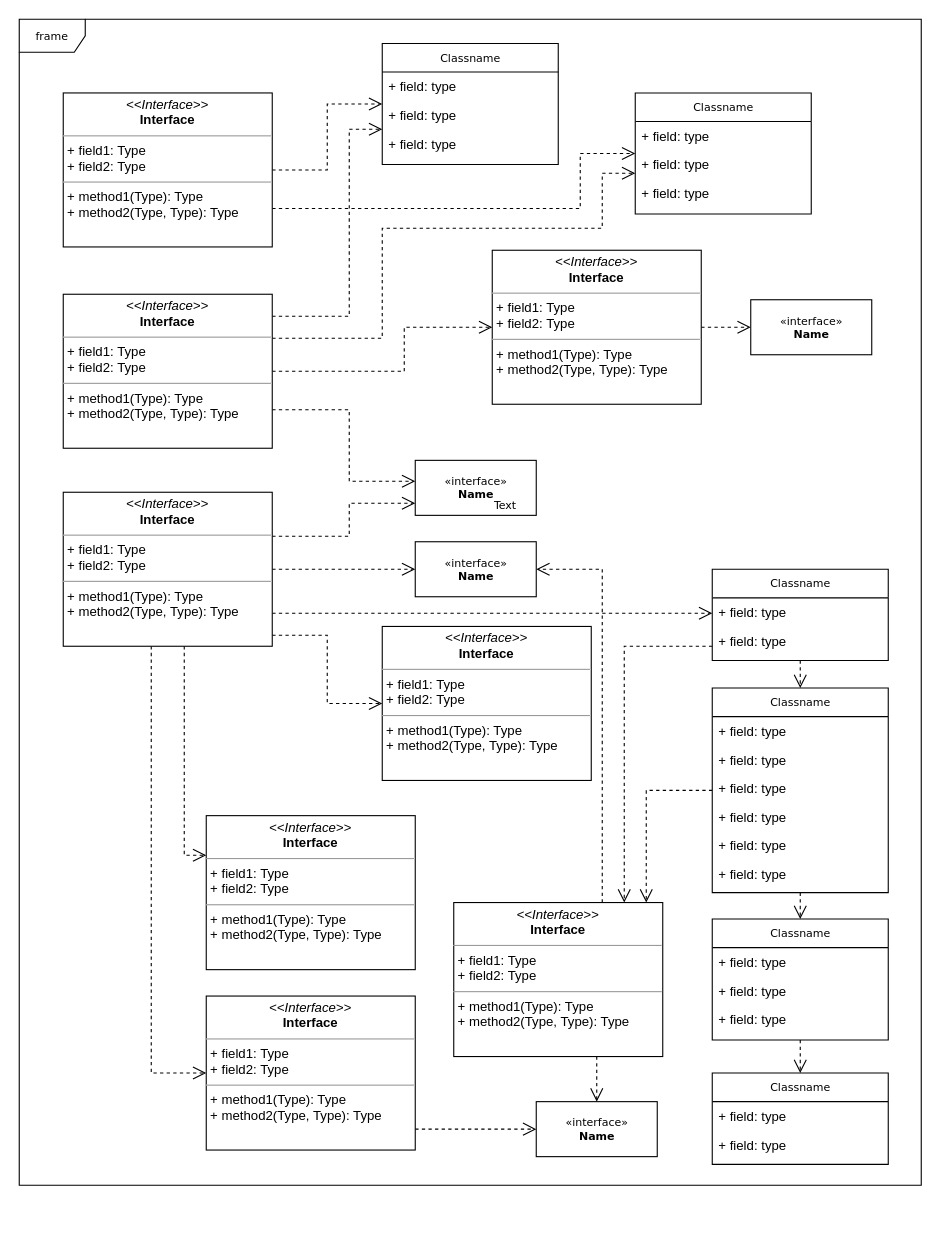
The draw.io diagram worldofzuul/Untitled Diagram.drawio in Bolding22/Gruppe-20-SemesterProjekt, before the edit. Source tidied: cells renumbered, new cells numbered last; positions are measured from the earlier drawing's top-left corner, leaving out a move shared by most shapes. Both pictures are drawn from the tidied source at 110%, with x=0, y=0 at pixel (19, 19).
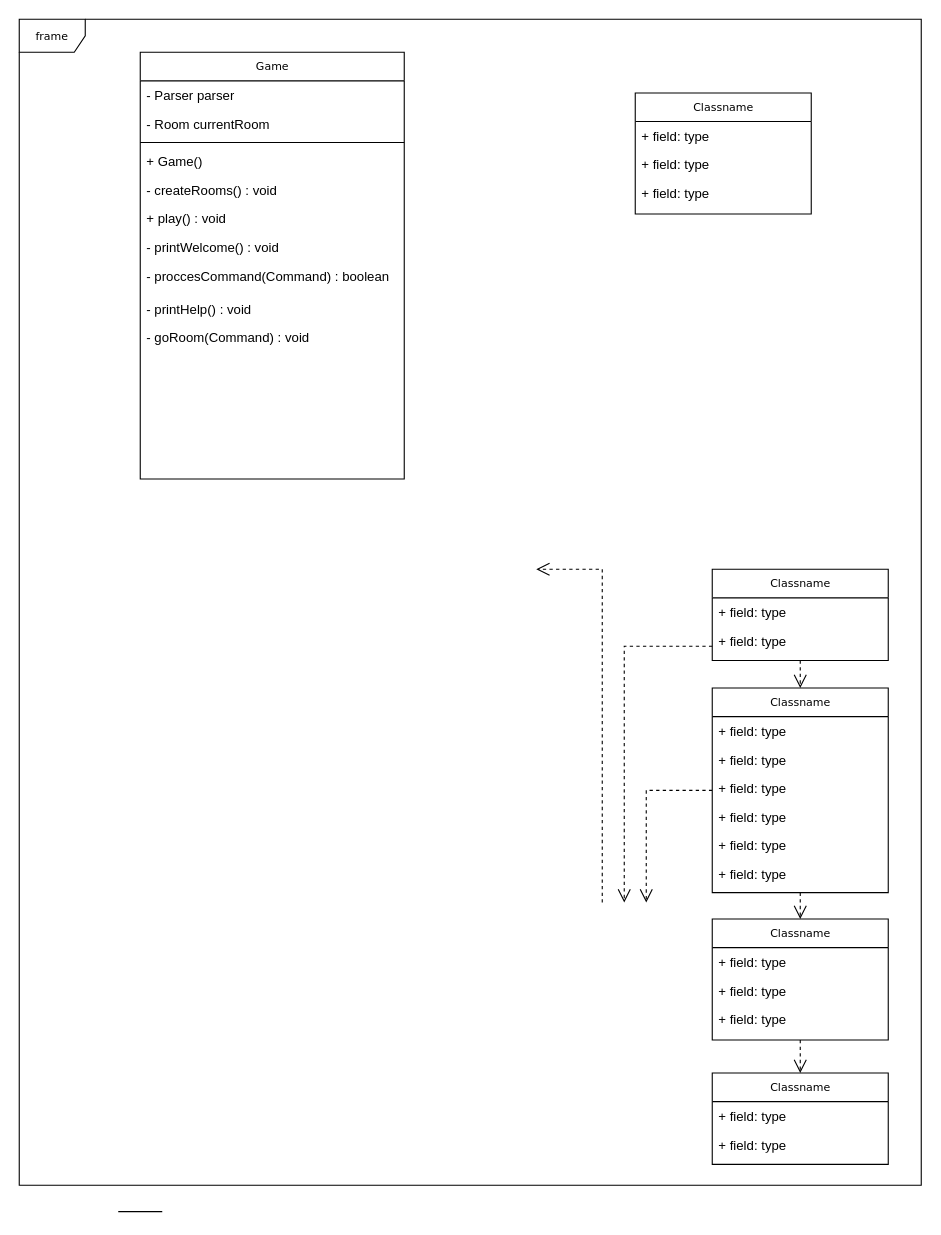
Above is the later version.

Unchanged cells that the change refers to:
```xml
<mxCell id="5" value="Classname" style="swimlane;html=1;fontStyle=0;horizontal=1;startSize=26;fillColor=none;swimlaneFillColor=#ffffff;rounded=0;shadow=0;comic=0;labelBackgroundColor=none;strokeColor=#000000;strokeWidth=1;fontFamily=Verdana;fontSize=10;fontColor=#000000;align=center;" parent="1" vertex="1">
  <mxGeometry x="630" y="608" width="160" height="186" as="geometry" />
</mxCell>
<mxCell id="16" value="Classname" style="swimlane;html=1;fontStyle=0;horizontal=1;startSize=26;fillColor=none;swimlaneFillColor=#ffffff;rounded=0;shadow=0;comic=0;labelBackgroundColor=none;strokeColor=#000000;strokeWidth=1;fontFamily=Verdana;fontSize=10;fontColor=#000000;align=center;" parent="1" vertex="1">
  <mxGeometry x="560" y="67" width="160" height="110" as="geometry" />
</mxCell>
<mxCell id="29" value="Classname" style="swimlane;html=1;fontStyle=0;horizontal=1;startSize=26;fillColor=none;swimlaneFillColor=#ffffff;rounded=0;shadow=0;comic=0;labelBackgroundColor=none;strokeColor=#000000;strokeWidth=1;fontFamily=Verdana;fontSize=10;fontColor=#000000;align=center;" parent="1" vertex="1">
  <mxGeometry x="630" y="500" width="160" height="83" as="geometry" />
</mxCell>
```

Diff of the diagram source:
```diff
@@
-    <mxCell id="3" style="edgeStyle=orthogonalEdgeStyle;rounded=0;html=1;dashed=1;labelBackgroundColor=none;startFill=0;endArrow=open;endFill=0;endSize=10;fontFamily=Verdana;fontSize=10;" parent="1" edge="1" source="5" target="35">
+    <mxCell id="3" style="edgeStyle=orthogonalEdgeStyle;rounded=0;html=1;dashed=1;labelBackgroundColor=none;startFill=0;endArrow=open;endFill=0;endSize=10;fontFamily=Verdana;fontSize=10;" parent="1" edge="1" source="5">
       <mxGeometry relative="1" as="geometry">
+        <mxPoint x="570" y="803" as="targetPoint" />
         <Array as="points">
           <mxPoint x="570" y="701" />
         </Array>
       </mxGeometry>
     </mxCell>
@@
-    <mxCell id="12" value="Classname" style="swimlane;html=1;fontStyle=0;horizontal=1;startSize=26;fillColor=none;swimlaneFillColor=#ffffff;rounded=0;shadow=0;comic=0;labelBackgroundColor=none;strokeColor=#000000;strokeWidth=1;fontFamily=Verdana;fontSize=10;fontColor=#000000;align=center;" parent="1" vertex="1">
-      <mxGeometry x="330" y="22" width="160" height="110" as="geometry" />
+    <mxCell id="12" value="Game" style="swimlane;html=1;fontStyle=0;horizontal=1;startSize=26;fillColor=none;swimlaneFillColor=#ffffff;rounded=0;shadow=0;comic=0;labelBackgroundColor=none;strokeColor=#000000;strokeWidth=1;fontFamily=Verdana;fontSize=10;fontColor=#000000;align=center;" parent="1" vertex="1">
+      <mxGeometry x="110" y="30" width="240" height="388" as="geometry" />
     </mxCell>
-    <mxCell id="13" value="+ field: type" style="text;html=1;strokeColor=none;fillColor=none;align=left;verticalAlign=top;spacingLeft=4;spacingRight=4;whiteSpace=wrap;overflow=hidden;" parent="12" vertex="1">
-      <mxGeometry y="26" width="160" height="26" as="geometry" />
+    <mxCell id="13" value="- Parser parser" style="text;html=1;strokeColor=none;fillColor=none;align=left;verticalAlign=top;spacingLeft=4;spacingRight=4;whiteSpace=wrap;overflow=hidden;" parent="12" vertex="1">
+      <mxGeometry y="26" width="240" height="26" as="geometry" />
     </mxCell>
-    <mxCell id="14" value="+ field: type" style="text;html=1;strokeColor=none;fillColor=none;align=left;verticalAlign=top;spacingLeft=4;spacingRight=4;whiteSpace=wrap;overflow=hidden;" parent="12" vertex="1">
-      <mxGeometry y="52" width="160" height="26" as="geometry" />
+    <mxCell id="14" value="- Room currentRoom" style="text;html=1;strokeColor=none;fillColor=none;align=left;verticalAlign=top;spacingLeft=4;spacingRight=4;whiteSpace=wrap;overflow=hidden;" parent="12" vertex="1">
+      <mxGeometry y="52" width="240" height="26" as="geometry" />
     </mxCell>
+    <mxCell id="62" style="line;strokeWidth=1;fillColor=none;align=left;verticalAlign=middle;spacingTop=-1;spacingLeft=3;spacingRight=3;labelPosition=right;" parent="12" vertex="1">
+      <mxGeometry y="78" width="240" height="8" as="geometry" />
+    </mxCell>
-    <mxCell id="15" value="+ field: type" style="text;html=1;strokeColor=none;fillColor=none;align=left;verticalAlign=top;spacingLeft=4;spacingRight=4;whiteSpace=wrap;overflow=hidden;" parent="12" vertex="1">
-      <mxGeometry y="78" width="160" height="26" as="geometry" />
+    <mxCell id="15" value="+ Game()" style="text;html=1;strokeColor=none;fillColor=none;align=left;verticalAlign=top;spacingLeft=4;spacingRight=4;whiteSpace=wrap;overflow=hidden;" parent="12" vertex="1">
+      <mxGeometry y="86" width="240" height="26" as="geometry" />
     </mxCell>
+    <mxCell id="63" value="- createRooms() : void" style="text;html=1;strokeColor=none;fillColor=none;align=left;verticalAlign=top;spacingLeft=4;spacingRight=4;whiteSpace=wrap;overflow=hidden;" parent="12" vertex="1">
+      <mxGeometry y="112" width="240" height="26" as="geometry" />
+    </mxCell>
+    <mxCell id="64" value="+ play() : void" style="text;html=1;strokeColor=none;fillColor=none;align=left;verticalAlign=top;spacingLeft=4;spacingRight=4;whiteSpace=wrap;overflow=hidden;" parent="12" vertex="1">
+      <mxGeometry y="138" width="240" height="26" as="geometry" />
+    </mxCell>
+    <mxCell id="65" value="- printWelcome() : void" style="text;html=1;strokeColor=none;fillColor=none;align=left;verticalAlign=top;spacingLeft=4;spacingRight=4;whiteSpace=wrap;overflow=hidden;" parent="12" vertex="1">
+      <mxGeometry y="164" width="240" height="26" as="geometry" />
+    </mxCell>
+    <mxCell id="66" value="- proccesCommand(Command) : boolean" style="text;html=1;strokeColor=none;fillColor=none;align=left;verticalAlign=top;spacingLeft=4;spacingRight=4;whiteSpace=wrap;overflow=hidden;" parent="12" vertex="1">
+      <mxGeometry y="190" width="240" height="30" as="geometry" />
+    </mxCell>
+    <mxCell id="67" value="- printHelp() : void" style="text;html=1;strokeColor=none;fillColor=none;align=left;verticalAlign=top;spacingLeft=4;spacingRight=4;whiteSpace=wrap;overflow=hidden;" parent="12" vertex="1">
+      <mxGeometry y="220" width="240" height="26" as="geometry" />
+    </mxCell>
+    <mxCell id="68" value="- goRoom(Command) : void" style="text;html=1;strokeColor=none;fillColor=none;align=left;verticalAlign=top;spacingLeft=4;spacingRight=4;whiteSpace=wrap;overflow=hidden;" parent="12" vertex="1">
+      <mxGeometry y="246" width="240" height="26" as="geometry" />
+    </mxCell>
@@
-    <mxCell id="32" value="&amp;laquo;interface&amp;raquo;&lt;br&gt;&lt;b&gt;Name&lt;/b&gt;" style="html=1;rounded=0;shadow=0;comic=0;labelBackgroundColor=none;strokeColor=#000000;strokeWidth=1;fillColor=#ffffff;fontFamily=Verdana;fontSize=10;fontColor=#000000;align=center;" parent="1" vertex="1">
-      <mxGeometry x="470" y="984" width="110" height="50" as="geometry" />
-    </mxCell>
-    <mxCell id="33" style="edgeStyle=orthogonalEdgeStyle;rounded=0;html=1;dashed=1;labelBackgroundColor=none;startFill=0;endArrow=open;endFill=0;endSize=10;fontFamily=Verdana;fontSize=10;" parent="1" edge="1" source="35" target="32">
-      <mxGeometry relative="1" as="geometry">
-        <Array as="points">
-          <mxPoint x="525" y="950" />
-          <mxPoint x="525" y="950" />
-        </Array>
-      </mxGeometry>
-    </mxCell>
-    <mxCell id="34" style="edgeStyle=orthogonalEdgeStyle;rounded=0;html=1;dashed=1;labelBackgroundColor=none;startFill=0;endArrow=open;endFill=0;endSize=10;fontFamily=Verdana;fontSize=10;" parent="1" edge="1" source="35" target="40">
+    <mxCell id="34" style="edgeStyle=orthogonalEdgeStyle;rounded=0;html=1;dashed=1;labelBackgroundColor=none;startFill=0;endArrow=open;endFill=0;endSize=10;fontFamily=Verdana;fontSize=10;" parent="1" edge="1">
       <mxGeometry relative="1" as="geometry">
+        <mxPoint x="530" y="803" as="sourcePoint" />
+        <mxPoint x="470" y="500" as="targetPoint" />
         <Array as="points">
           <mxPoint x="530" y="500" />
         </Array>
       </mxGeometry>
     </mxCell>
-    <mxCell id="35" value="&lt;p style=&quot;margin:0px;margin-top:4px;text-align:center;&quot;&gt;&lt;i&gt;&amp;lt;&amp;lt;Interface&amp;gt;&amp;gt;&lt;/i&gt;&lt;br/&gt;&lt;b&gt;Interface&lt;/b&gt;&lt;/p&gt;&lt;hr size=&quot;1&quot;/&gt;&lt;p style=&quot;margin:0px;margin-left:4px;&quot;&gt;+ field1: Type&lt;br/&gt;+ field2: Type&lt;/p&gt;&lt;hr size=&quot;1&quot;/&gt;&lt;p style=&quot;margin:0px;margin-left:4px;&quot;&gt;+ method1(Type): Type&lt;br/&gt;+ method2(Type, Type): Type&lt;/p&gt;" style="verticalAlign=top;align=left;overflow=fill;fontSize=12;fontFamily=Helvetica;html=1;rounded=0;shadow=0;comic=0;labelBackgroundColor=none;strokeColor=#000000;strokeWidth=1;fillColor=#ffffff;" parent="1" vertex="1">
-      <mxGeometry x="395" y="803" width="190" height="140" as="geometry" />
-    </mxCell>
-    <mxCell id="36" value="&lt;p style=&quot;margin:0px;margin-top:4px;text-align:center;&quot;&gt;&lt;i&gt;&amp;lt;&amp;lt;Interface&amp;gt;&amp;gt;&lt;/i&gt;&lt;br/&gt;&lt;b&gt;Interface&lt;/b&gt;&lt;/p&gt;&lt;hr size=&quot;1&quot;/&gt;&lt;p style=&quot;margin:0px;margin-left:4px;&quot;&gt;+ field1: Type&lt;br/&gt;+ field2: Type&lt;/p&gt;&lt;hr size=&quot;1&quot;/&gt;&lt;p style=&quot;margin:0px;margin-left:4px;&quot;&gt;+ method1(Type): Type&lt;br/&gt;+ method2(Type, Type): Type&lt;/p&gt;" style="verticalAlign=top;align=left;overflow=fill;fontSize=12;fontFamily=Helvetica;html=1;rounded=0;shadow=0;comic=0;labelBackgroundColor=none;strokeColor=#000000;strokeWidth=1;fillColor=#ffffff;" parent="1" vertex="1">
-      <mxGeometry x="330" y="552" width="190" height="140" as="geometry" />
-    </mxCell>
-    <mxCell id="37" style="edgeStyle=orthogonalEdgeStyle;rounded=0;html=1;dashed=1;labelBackgroundColor=none;startFill=0;endArrow=open;endFill=0;endSize=10;fontFamily=Verdana;fontSize=10;" parent="1" edge="1" source="38" target="32">
-      <mxGeometry relative="1" as="geometry">
-        <Array as="points">
-          <mxPoint x="390" y="1009" />
-          <mxPoint x="390" y="1009" />
-        </Array>
-      </mxGeometry>
-    </mxCell>
-    <mxCell id="38" value="&lt;p style=&quot;margin:0px;margin-top:4px;text-align:center;&quot;&gt;&lt;i&gt;&amp;lt;&amp;lt;Interface&amp;gt;&amp;gt;&lt;/i&gt;&lt;br/&gt;&lt;b&gt;Interface&lt;/b&gt;&lt;/p&gt;&lt;hr size=&quot;1&quot;/&gt;&lt;p style=&quot;margin:0px;margin-left:4px;&quot;&gt;+ field1: Type&lt;br/&gt;+ field2: Type&lt;/p&gt;&lt;hr size=&quot;1&quot;/&gt;&lt;p style=&quot;margin:0px;margin-left:4px;&quot;&gt;+ method1(Type): Type&lt;br/&gt;+ method2(Type, Type): Type&lt;/p&gt;" style="verticalAlign=top;align=left;overflow=fill;fontSize=12;fontFamily=Helvetica;html=1;rounded=0;shadow=0;comic=0;labelBackgroundColor=none;strokeColor=#000000;strokeWidth=1;fillColor=#ffffff;" parent="1" vertex="1">
-      <mxGeometry x="170" y="888" width="190" height="140" as="geometry" />
-    </mxCell>
-    <mxCell id="39" value="&lt;p style=&quot;margin:0px;margin-top:4px;text-align:center;&quot;&gt;&lt;i&gt;&amp;lt;&amp;lt;Interface&amp;gt;&amp;gt;&lt;/i&gt;&lt;br/&gt;&lt;b&gt;Interface&lt;/b&gt;&lt;/p&gt;&lt;hr size=&quot;1&quot;/&gt;&lt;p style=&quot;margin:0px;margin-left:4px;&quot;&gt;+ field1: Type&lt;br/&gt;+ field2: Type&lt;/p&gt;&lt;hr size=&quot;1&quot;/&gt;&lt;p style=&quot;margin:0px;margin-left:4px;&quot;&gt;+ method1(Type): Type&lt;br/&gt;+ method2(Type, Type): Type&lt;/p&gt;" style="verticalAlign=top;align=left;overflow=fill;fontSize=12;fontFamily=Helvetica;html=1;rounded=0;shadow=0;comic=0;labelBackgroundColor=none;strokeColor=#000000;strokeWidth=1;fillColor=#ffffff;" parent="1" vertex="1">
-      <mxGeometry x="170" y="724" width="190" height="140" as="geometry" />
-    </mxCell>
-    <mxCell id="40" value="&amp;laquo;interface&amp;raquo;&lt;br&gt;&lt;b&gt;Name&lt;/b&gt;" style="html=1;rounded=0;shadow=0;comic=0;labelBackgroundColor=none;strokeColor=#000000;strokeWidth=1;fillColor=#ffffff;fontFamily=Verdana;fontSize=10;fontColor=#000000;align=center;" parent="1" vertex="1">
-      <mxGeometry x="360" y="475" width="110" height="50" as="geometry" />
-    </mxCell>
-    <mxCell id="41" value="&amp;laquo;interface&amp;raquo;&lt;br&gt;&lt;b&gt;Name&lt;/b&gt;" style="html=1;rounded=0;shadow=0;comic=0;labelBackgroundColor=none;strokeColor=#000000;strokeWidth=1;fillColor=#ffffff;fontFamily=Verdana;fontSize=10;fontColor=#000000;align=center;" parent="1" vertex="1">
-      <mxGeometry x="360" y="401" width="110" height="50" as="geometry" />
-    </mxCell>
-    <mxCell id="42" style="edgeStyle=orthogonalEdgeStyle;rounded=0;html=1;dashed=1;labelBackgroundColor=none;startFill=0;endArrow=open;endFill=0;endSize=10;fontFamily=Verdana;fontSize=10;" parent="1" edge="1" source="43" target="45">
-      <mxGeometry relative="1" as="geometry" />
-    </mxCell>
-    <mxCell id="43" value="&lt;p style=&quot;margin:0px;margin-top:4px;text-align:center;&quot;&gt;&lt;i&gt;&amp;lt;&amp;lt;Interface&amp;gt;&amp;gt;&lt;/i&gt;&lt;br/&gt;&lt;b&gt;Interface&lt;/b&gt;&lt;/p&gt;&lt;hr size=&quot;1&quot;/&gt;&lt;p style=&quot;margin:0px;margin-left:4px;&quot;&gt;+ field1: Type&lt;br/&gt;+ field2: Type&lt;/p&gt;&lt;hr size=&quot;1&quot;/&gt;&lt;p style=&quot;margin:0px;margin-left:4px;&quot;&gt;+ method1(Type): Type&lt;br/&gt;+ method2(Type, Type): Type&lt;/p&gt;" style="verticalAlign=top;align=left;overflow=fill;fontSize=12;fontFamily=Helvetica;html=1;rounded=0;shadow=0;comic=0;labelBackgroundColor=none;strokeColor=#000000;strokeWidth=1;fillColor=#ffffff;" parent="1" vertex="1">
-      <mxGeometry x="430" y="210" width="190" height="140" as="geometry" />
-    </mxCell>
-    <mxCell id="44" value="Text" style="text;html=1;align=left;verticalAlign=top;spacingTop=-4;fontSize=10;fontFamily=Verdana;fontColor=#000000;" parent="1" vertex="1">
-      <mxGeometry x="430" y="434" width="40" height="10" as="geometry" />
-    </mxCell>
-    <mxCell id="45" value="&amp;laquo;interface&amp;raquo;&lt;br&gt;&lt;b&gt;Name&lt;/b&gt;" style="html=1;rounded=0;shadow=0;comic=0;labelBackgroundColor=none;strokeColor=#000000;strokeWidth=1;fillColor=#ffffff;fontFamily=Verdana;fontSize=10;fontColor=#000000;align=center;" parent="1" vertex="1">
-      <mxGeometry x="665" y="255" width="110" height="50" as="geometry" />
-    </mxCell>
-    <mxCell id="46" style="edgeStyle=orthogonalEdgeStyle;rounded=0;html=1;labelBackgroundColor=none;startFill=0;endArrow=open;endFill=0;endSize=10;fontFamily=Verdana;fontSize=10;dashed=1;" parent="1" edge="1" source="48" target="12">
-      <mxGeometry relative="1" as="geometry" />
-    </mxCell>
-    <mxCell id="47" style="edgeStyle=orthogonalEdgeStyle;rounded=0;html=1;exitX=1;exitY=0.75;dashed=1;labelBackgroundColor=none;startFill=0;endArrow=open;endFill=0;endSize=10;fontFamily=Verdana;fontSize=10;" parent="1" edge="1" source="48" target="16">
-      <mxGeometry relative="1" as="geometry">
-        <Array as="points">
-          <mxPoint x="510" y="172" />
-          <mxPoint x="510" y="122" />
-        </Array>
-      </mxGeometry>
-    </mxCell>
-    <mxCell id="48" value="&lt;p style=&quot;margin:0px;margin-top:4px;text-align:center;&quot;&gt;&lt;i&gt;&amp;lt;&amp;lt;Interface&amp;gt;&amp;gt;&lt;/i&gt;&lt;br/&gt;&lt;b&gt;Interface&lt;/b&gt;&lt;/p&gt;&lt;hr size=&quot;1&quot;/&gt;&lt;p style=&quot;margin:0px;margin-left:4px;&quot;&gt;+ field1: Type&lt;br/&gt;+ field2: Type&lt;/p&gt;&lt;hr size=&quot;1&quot;/&gt;&lt;p style=&quot;margin:0px;margin-left:4px;&quot;&gt;+ method1(Type): Type&lt;br/&gt;+ method2(Type, Type): Type&lt;/p&gt;" style="verticalAlign=top;align=left;overflow=fill;fontSize=12;fontFamily=Helvetica;html=1;rounded=0;shadow=0;comic=0;labelBackgroundColor=none;strokeColor=#000000;strokeWidth=1;fillColor=#ffffff;" parent="1" vertex="1">
-      <mxGeometry x="40" y="67" width="190" height="140" as="geometry" />
-    </mxCell>
-    <mxCell id="49" style="edgeStyle=orthogonalEdgeStyle;rounded=0;html=1;dashed=1;labelBackgroundColor=none;startFill=0;endArrow=open;endFill=0;endSize=10;fontFamily=Verdana;fontSize=10;" parent="1" edge="1" source="53" target="12">
-      <mxGeometry relative="1" as="geometry">
-        <Array as="points">
-          <mxPoint x="300" y="270" />
-          <mxPoint x="300" y="100" />
-        </Array>
-      </mxGeometry>
-    </mxCell>
-    <mxCell id="50" style="edgeStyle=orthogonalEdgeStyle;rounded=0;html=1;dashed=1;labelBackgroundColor=none;startFill=0;endArrow=open;endFill=0;endSize=10;fontFamily=Verdana;fontSize=10;" parent="1" edge="1" source="53" target="16">
-      <mxGeometry relative="1" as="geometry">
-        <Array as="points">
-          <mxPoint x="330" y="290" />
-          <mxPoint x="330" y="190" />
-          <mxPoint x="530" y="190" />
-          <mxPoint x="530" y="140" />
-        </Array>
-      </mxGeometry>
-    </mxCell>
-    <mxCell id="51" style="edgeStyle=orthogonalEdgeStyle;rounded=0;html=1;dashed=1;labelBackgroundColor=none;startFill=0;endArrow=open;endFill=0;endSize=10;fontFamily=Verdana;fontSize=10;" parent="1" edge="1" source="53" target="43">
-      <mxGeometry relative="1" as="geometry">
-        <Array as="points">
-          <mxPoint x="350" y="320" />
-          <mxPoint x="350" y="280" />
-        </Array>
-      </mxGeometry>
-    </mxCell>
-    <mxCell id="52" style="edgeStyle=orthogonalEdgeStyle;rounded=0;html=1;exitX=1;exitY=0.75;dashed=1;labelBackgroundColor=none;startFill=0;endArrow=open;endFill=0;endSize=10;fontFamily=Verdana;fontSize=10;" parent="1" edge="1" source="53" target="41">
-      <mxGeometry relative="1" as="geometry">
-        <Array as="points">
-          <mxPoint x="300" y="355" />
-          <mxPoint x="300" y="420" />
-        </Array>
-      </mxGeometry>
-    </mxCell>
-    <mxCell id="53" value="&lt;p style=&quot;margin:0px;margin-top:4px;text-align:center;&quot;&gt;&lt;i&gt;&amp;lt;&amp;lt;Interface&amp;gt;&amp;gt;&lt;/i&gt;&lt;br/&gt;&lt;b&gt;Interface&lt;/b&gt;&lt;/p&gt;&lt;hr size=&quot;1&quot;/&gt;&lt;p style=&quot;margin:0px;margin-left:4px;&quot;&gt;+ field1: Type&lt;br/&gt;+ field2: Type&lt;/p&gt;&lt;hr size=&quot;1&quot;/&gt;&lt;p style=&quot;margin:0px;margin-left:4px;&quot;&gt;+ method1(Type): Type&lt;br/&gt;+ method2(Type, Type): Type&lt;/p&gt;" style="verticalAlign=top;align=left;overflow=fill;fontSize=12;fontFamily=Helvetica;html=1;rounded=0;shadow=0;comic=0;labelBackgroundColor=none;strokeColor=#000000;strokeWidth=1;fillColor=#ffffff;" parent="1" vertex="1">
-      <mxGeometry x="40" y="250" width="190" height="140" as="geometry" />
-    </mxCell>
-    <mxCell id="54" style="edgeStyle=orthogonalEdgeStyle;rounded=0;html=1;dashed=1;labelBackgroundColor=none;startFill=0;endArrow=open;endFill=0;endSize=10;fontFamily=Verdana;fontSize=10;" parent="1" edge="1" source="60" target="41">
-      <mxGeometry relative="1" as="geometry">
-        <Array as="points">
-          <mxPoint x="300" y="470" />
-          <mxPoint x="300" y="440" />
-        </Array>
-      </mxGeometry>
-    </mxCell>
-    <mxCell id="55" style="edgeStyle=orthogonalEdgeStyle;rounded=0;html=1;dashed=1;labelBackgroundColor=none;startFill=0;endArrow=open;endFill=0;endSize=10;fontFamily=Verdana;fontSize=10;" parent="1" edge="1" source="60" target="40">
-      <mxGeometry relative="1" as="geometry" />
-    </mxCell>
-    <mxCell id="56" style="edgeStyle=orthogonalEdgeStyle;rounded=0;html=1;dashed=1;labelBackgroundColor=none;startFill=0;endArrow=open;endFill=0;endSize=10;fontFamily=Verdana;fontSize=10;" parent="1" edge="1" source="60" target="36">
-      <mxGeometry relative="1" as="geometry">
-        <Array as="points">
-          <mxPoint x="280" y="560" />
-          <mxPoint x="280" y="622" />
-        </Array>
-      </mxGeometry>
-    </mxCell>
-    <mxCell id="57" style="edgeStyle=orthogonalEdgeStyle;rounded=0;html=1;dashed=1;labelBackgroundColor=none;startFill=0;endArrow=open;endFill=0;endSize=10;fontFamily=Verdana;fontSize=10;" parent="1" edge="1" source="60" target="29">
-      <mxGeometry relative="1" as="geometry">
-        <Array as="points">
-          <mxPoint x="330" y="540" />
-          <mxPoint x="330" y="540" />
-        </Array>
-      </mxGeometry>
-    </mxCell>
-    <mxCell id="58" style="edgeStyle=orthogonalEdgeStyle;rounded=0;html=1;dashed=1;labelBackgroundColor=none;startFill=0;endArrow=open;endFill=0;endSize=10;fontFamily=Verdana;fontSize=10;" parent="1" edge="1" source="60" target="39">
-      <mxGeometry relative="1" as="geometry">
-        <Array as="points">
-          <mxPoint x="150" y="760" />
-        </Array>
-      </mxGeometry>
-    </mxCell>
-    <mxCell id="59" style="edgeStyle=orthogonalEdgeStyle;rounded=0;html=1;dashed=1;labelBackgroundColor=none;startFill=0;endArrow=open;endFill=0;endSize=10;fontFamily=Verdana;fontSize=10;" parent="1" edge="1" source="60" target="38">
-      <mxGeometry relative="1" as="geometry">
-        <Array as="points">
-          <mxPoint x="120" y="958" />
-        </Array>
-      </mxGeometry>
-    </mxCell>
-    <mxCell id="60" value="&lt;p style=&quot;margin:0px;margin-top:4px;text-align:center;&quot;&gt;&lt;i&gt;&amp;lt;&amp;lt;Interface&amp;gt;&amp;gt;&lt;/i&gt;&lt;br/&gt;&lt;b&gt;Interface&lt;/b&gt;&lt;/p&gt;&lt;hr size=&quot;1&quot;/&gt;&lt;p style=&quot;margin:0px;margin-left:4px;&quot;&gt;+ field1: Type&lt;br/&gt;+ field2: Type&lt;/p&gt;&lt;hr size=&quot;1&quot;/&gt;&lt;p style=&quot;margin:0px;margin-left:4px;&quot;&gt;+ method1(Type): Type&lt;br/&gt;+ method2(Type, Type): Type&lt;/p&gt;" style="verticalAlign=top;align=left;overflow=fill;fontSize=12;fontFamily=Helvetica;html=1;rounded=0;shadow=0;comic=0;labelBackgroundColor=none;strokeColor=#000000;strokeWidth=1;fillColor=#ffffff;" parent="1" vertex="1">
-      <mxGeometry x="40" y="430" width="190" height="140" as="geometry" />
-    </mxCell>
-    <mxCell id="61" style="edgeStyle=orthogonalEdgeStyle;rounded=0;html=1;dashed=1;labelBackgroundColor=none;startFill=0;endArrow=open;endFill=0;endSize=10;fontFamily=Verdana;fontSize=10;" parent="1" edge="1" source="29" target="35">
+    <mxCell id="61" style="edgeStyle=orthogonalEdgeStyle;rounded=0;html=1;dashed=1;labelBackgroundColor=none;startFill=0;endArrow=open;endFill=0;endSize=10;fontFamily=Verdana;fontSize=10;" parent="1" edge="1" source="29">
       <mxGeometry relative="1" as="geometry">
+        <mxPoint x="550" y="803" as="targetPoint" />
         <Array as="points">
           <mxPoint x="550" y="570" />
         </Array>
       </mxGeometry>
     </mxCell>
+    <mxCell id="69" style="line;strokeWidth=1;fillColor=none;align=left;verticalAlign=middle;spacingTop=-1;spacingLeft=3;spacingRight=3;labelPosition=right;" parent="1" vertex="1">
+      <mxGeometry x="90" y="1080" width="40" height="8" as="geometry" />
+    </mxCell>
```
